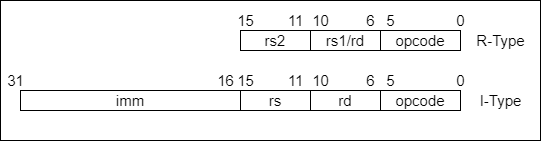
Above: docs/instruction_formats.drawio.png in kkinos/ktc32 (draw.io), before the change. Source tidied: cells renumbered, new cells last; positions are measured from the earlier drawing's top-left corner, leaving out a move shared by most shapes.
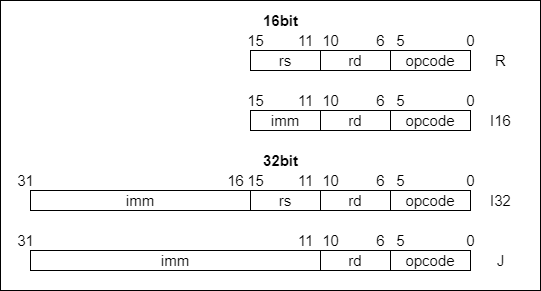
After the commit.

Diff of the diagram source:
```diff
@@ -3,37 +3,37 @@
     <mxCell id="0" />
     <mxCell id="1" parent="0" />
     <mxCell id="2" style="rounded=0;whiteSpace=wrap;html=1;" parent="1" vertex="1">
-      <mxGeometry width="540" height="140" as="geometry" />
+      <mxGeometry x="-10" y="-100" width="540" height="290" as="geometry" />
     </mxCell>
     <mxCell id="3" value="&lt;font style=&quot;font-size: 15px&quot;&gt;opcode&lt;/font&gt;" style="rounded=0;whiteSpace=wrap;html=1;" parent="1" vertex="1">
-      <mxGeometry x="380" y="30" width="80" height="20" as="geometry" />
+      <mxGeometry x="380" y="-50" width="80" height="20" as="geometry" />
     </mxCell>
     <mxCell id="4" value="0" style="text;html=1;align=center;verticalAlign=middle;strokeColor=none;fillColor=none;fontSize=15;" parent="1" vertex="1">
-      <mxGeometry x="450" y="10" width="20" height="20" as="geometry" />
+      <mxGeometry x="450" y="-70" width="20" height="20" as="geometry" />
     </mxCell>
     <mxCell id="5" value="5" style="text;html=1;align=center;verticalAlign=middle;strokeColor=none;fillColor=none;fontSize=15;" parent="1" vertex="1">
-      <mxGeometry x="380" y="10" width="20" height="20" as="geometry" />
+      <mxGeometry x="380" y="-70" width="20" height="20" as="geometry" />
     </mxCell>
-    <mxCell id="6" value="R-Type" style="text;html=1;align=center;verticalAlign=middle;strokeColor=none;fillColor=none;fontSize=15;" parent="1" vertex="1">
-      <mxGeometry x="470" y="30" width="60" height="20" as="geometry" />
+    <mxCell id="6" value="R" style="text;html=1;align=center;verticalAlign=middle;strokeColor=none;fillColor=none;fontSize=15;" parent="1" vertex="1">
+      <mxGeometry x="475" y="-50" width="30" height="20" as="geometry" />
     </mxCell>
-    <mxCell id="7" value="&lt;font style=&quot;font-size: 15px&quot;&gt;rs1/rd&lt;/font&gt;" style="rounded=0;whiteSpace=wrap;html=1;" parent="1" vertex="1">
-      <mxGeometry x="310" y="30" width="70" height="20" as="geometry" />
+    <mxCell id="7" value="&lt;font style=&quot;font-size: 15px&quot;&gt;rd&lt;/font&gt;" style="rounded=0;whiteSpace=wrap;html=1;" parent="1" vertex="1">
+      <mxGeometry x="310" y="-50" width="70" height="20" as="geometry" />
     </mxCell>
-    <mxCell id="8" value="&lt;font style=&quot;font-size: 15px&quot;&gt;rs2&lt;/font&gt;" style="rounded=0;whiteSpace=wrap;html=1;" parent="1" vertex="1">
-      <mxGeometry x="240" y="30" width="70" height="20" as="geometry" />
+    <mxCell id="8" value="&lt;font style=&quot;font-size: 15px&quot;&gt;rs&lt;/font&gt;" style="rounded=0;whiteSpace=wrap;html=1;" parent="1" vertex="1">
+      <mxGeometry x="240" y="-50" width="70" height="20" as="geometry" />
     </mxCell>
     <mxCell id="9" value="6" style="text;html=1;align=center;verticalAlign=middle;strokeColor=none;fillColor=none;fontSize=15;" parent="1" vertex="1">
-      <mxGeometry x="360" y="10" width="20" height="20" as="geometry" />
+      <mxGeometry x="360" y="-70" width="20" height="20" as="geometry" />
     </mxCell>
     <mxCell id="10" value="10" style="text;html=1;align=center;verticalAlign=middle;strokeColor=none;fillColor=none;fontSize=15;" parent="1" vertex="1">
-      <mxGeometry x="305" y="10" width="30" height="20" as="geometry" />
+      <mxGeometry x="305" y="-70" width="30" height="20" as="geometry" />
     </mxCell>
     <mxCell id="11" value="11" style="text;html=1;align=center;verticalAlign=middle;strokeColor=none;fillColor=none;fontSize=15;" parent="1" vertex="1">
-      <mxGeometry x="280" y="10" width="30" height="20" as="geometry" />
+      <mxGeometry x="280" y="-70" width="30" height="20" as="geometry" />
     </mxCell>
     <mxCell id="12" value="15" style="text;html=1;align=center;verticalAlign=middle;strokeColor=none;fillColor=none;fontSize=15;" parent="1" vertex="1">
-      <mxGeometry x="230" y="10" width="30" height="20" as="geometry" />
+      <mxGeometry x="230" y="-70" width="30" height="20" as="geometry" />
     </mxCell>
     <mxCell id="13" value="&lt;font style=&quot;font-size: 15px&quot;&gt;opcode&lt;/font&gt;" style="rounded=0;whiteSpace=wrap;html=1;" parent="1" vertex="1">
       <mxGeometry x="380" y="90" width="80" height="20" as="geometry" />
@@ -44,8 +44,8 @@
     <mxCell id="15" value="5" style="text;html=1;align=center;verticalAlign=middle;strokeColor=none;fillColor=none;fontSize=15;" parent="1" vertex="1">
       <mxGeometry x="380" y="70" width="20" height="20" as="geometry" />
     </mxCell>
-    <mxCell id="16" value="I-Type" style="text;html=1;align=center;verticalAlign=middle;strokeColor=none;fillColor=none;fontSize=15;" parent="1" vertex="1">
-      <mxGeometry x="470" y="90" width="60" height="20" as="geometry" />
+    <mxCell id="16" value="I32" style="text;html=1;align=center;verticalAlign=middle;strokeColor=none;fillColor=none;fontSize=15;" parent="1" vertex="1">
+      <mxGeometry x="470" y="90" width="40" height="20" as="geometry" />
     </mxCell>
     <mxCell id="17" value="&lt;font style=&quot;font-size: 15px&quot;&gt;rd&lt;/font&gt;" style="rounded=0;whiteSpace=wrap;html=1;" parent="1" vertex="1">
       <mxGeometry x="310" y="90" width="70" height="20" as="geometry" />
@@ -74,5 +74,71 @@
     <mxCell id="25" value="16" style="text;html=1;align=center;verticalAlign=middle;strokeColor=none;fillColor=none;fontSize=15;" parent="1" vertex="1">
       <mxGeometry x="210" y="70" width="30" height="20" as="geometry" />
     </mxCell>
+    <mxCell id="26" value="&lt;b&gt;16bit&lt;/b&gt;" style="text;html=1;align=center;verticalAlign=middle;strokeColor=none;fillColor=none;fontSize=15;" parent="1" vertex="1">
+      <mxGeometry x="245" y="-90" width="50" height="20" as="geometry" />
+    </mxCell>
+    <mxCell id="27" value="&lt;font style=&quot;font-size: 15px&quot;&gt;opcode&lt;/font&gt;" style="rounded=0;whiteSpace=wrap;html=1;" parent="1" vertex="1">
+      <mxGeometry x="380" y="10" width="80" height="20" as="geometry" />
+    </mxCell>
+    <mxCell id="28" value="0" style="text;html=1;align=center;verticalAlign=middle;strokeColor=none;fillColor=none;fontSize=15;" parent="1" vertex="1">
+      <mxGeometry x="450" y="-10" width="20" height="20" as="geometry" />
+    </mxCell>
+    <mxCell id="29" value="5" style="text;html=1;align=center;verticalAlign=middle;strokeColor=none;fillColor=none;fontSize=15;" parent="1" vertex="1">
+      <mxGeometry x="380" y="-10" width="20" height="20" as="geometry" />
+    </mxCell>
+    <mxCell id="30" value="&lt;span style=&quot;font-size: 15px&quot;&gt;rd&lt;/span&gt;" style="rounded=0;whiteSpace=wrap;html=1;" parent="1" vertex="1">
+      <mxGeometry x="310" y="10" width="70" height="20" as="geometry" />
+    </mxCell>
+    <mxCell id="31" value="&lt;span style=&quot;font-size: 15px&quot;&gt;imm&lt;/span&gt;" style="rounded=0;whiteSpace=wrap;html=1;" parent="1" vertex="1">
+      <mxGeometry x="240" y="10" width="70" height="20" as="geometry" />
+    </mxCell>
+    <mxCell id="32" value="6" style="text;html=1;align=center;verticalAlign=middle;strokeColor=none;fillColor=none;fontSize=15;" parent="1" vertex="1">
+      <mxGeometry x="360" y="-10" width="20" height="20" as="geometry" />
+    </mxCell>
+    <mxCell id="33" value="10" style="text;html=1;align=center;verticalAlign=middle;strokeColor=none;fillColor=none;fontSize=15;" parent="1" vertex="1">
+      <mxGeometry x="305" y="-10" width="30" height="20" as="geometry" />
+    </mxCell>
+    <mxCell id="34" value="11" style="text;html=1;align=center;verticalAlign=middle;strokeColor=none;fillColor=none;fontSize=15;" parent="1" vertex="1">
+      <mxGeometry x="280" y="-10" width="30" height="20" as="geometry" />
+    </mxCell>
+    <mxCell id="35" value="15" style="text;html=1;align=center;verticalAlign=middle;strokeColor=none;fillColor=none;fontSize=15;" parent="1" vertex="1">
+      <mxGeometry x="230" y="-10" width="30" height="20" as="geometry" />
+    </mxCell>
+    <mxCell id="36" value="I16" style="text;html=1;align=center;verticalAlign=middle;strokeColor=none;fillColor=none;fontSize=15;" parent="1" vertex="1">
+      <mxGeometry x="470" y="10" width="40" height="20" as="geometry" />
+    </mxCell>
+    <mxCell id="37" value="&lt;b&gt;32bit&lt;/b&gt;" style="text;html=1;align=center;verticalAlign=middle;strokeColor=none;fillColor=none;fontSize=15;" parent="1" vertex="1">
+      <mxGeometry x="245" y="50" width="50" height="20" as="geometry" />
+    </mxCell>
+    <mxCell id="38" value="&lt;font style=&quot;font-size: 15px&quot;&gt;opcode&lt;/font&gt;" style="rounded=0;whiteSpace=wrap;html=1;" parent="1" vertex="1">
+      <mxGeometry x="380" y="150" width="80" height="20" as="geometry" />
+    </mxCell>
+    <mxCell id="39" value="0" style="text;html=1;align=center;verticalAlign=middle;strokeColor=none;fillColor=none;fontSize=15;" parent="1" vertex="1">
+      <mxGeometry x="450" y="130" width="20" height="20" as="geometry" />
+    </mxCell>
+    <mxCell id="40" value="5" style="text;html=1;align=center;verticalAlign=middle;strokeColor=none;fillColor=none;fontSize=15;" parent="1" vertex="1">
+      <mxGeometry x="380" y="130" width="20" height="20" as="geometry" />
+    </mxCell>
+    <mxCell id="41" value="J" style="text;html=1;align=center;verticalAlign=middle;strokeColor=none;fillColor=none;fontSize=15;" parent="1" vertex="1">
+      <mxGeometry x="480" y="150" width="20" height="20" as="geometry" />
+    </mxCell>
+    <mxCell id="42" value="&lt;font style=&quot;font-size: 15px&quot;&gt;rd&lt;/font&gt;" style="rounded=0;whiteSpace=wrap;html=1;" parent="1" vertex="1">
+      <mxGeometry x="310" y="150" width="70" height="20" as="geometry" />
+    </mxCell>
+    <mxCell id="43" value="6" style="text;html=1;align=center;verticalAlign=middle;strokeColor=none;fillColor=none;fontSize=15;" parent="1" vertex="1">
+      <mxGeometry x="360" y="130" width="20" height="20" as="geometry" />
+    </mxCell>
+    <mxCell id="44" value="10" style="text;html=1;align=center;verticalAlign=middle;strokeColor=none;fillColor=none;fontSize=15;" parent="1" vertex="1">
+      <mxGeometry x="305" y="130" width="30" height="20" as="geometry" />
+    </mxCell>
+    <mxCell id="45" value="11" style="text;html=1;align=center;verticalAlign=middle;strokeColor=none;fillColor=none;fontSize=15;" parent="1" vertex="1">
+      <mxGeometry x="280" y="130" width="30" height="20" as="geometry" />
+    </mxCell>
+    <mxCell id="46" value="imm" style="rounded=0;whiteSpace=wrap;html=1;fontSize=15;" parent="1" vertex="1">
+      <mxGeometry x="20" y="150" width="290" height="20" as="geometry" />
+    </mxCell>
+    <mxCell id="47" value="31" style="text;html=1;align=center;verticalAlign=middle;strokeColor=none;fillColor=none;fontSize=15;" parent="1" vertex="1">
+      <mxGeometry y="130" width="30" height="20" as="geometry" />
+    </mxCell>
   </root>
 </mxGraphModel>
```
